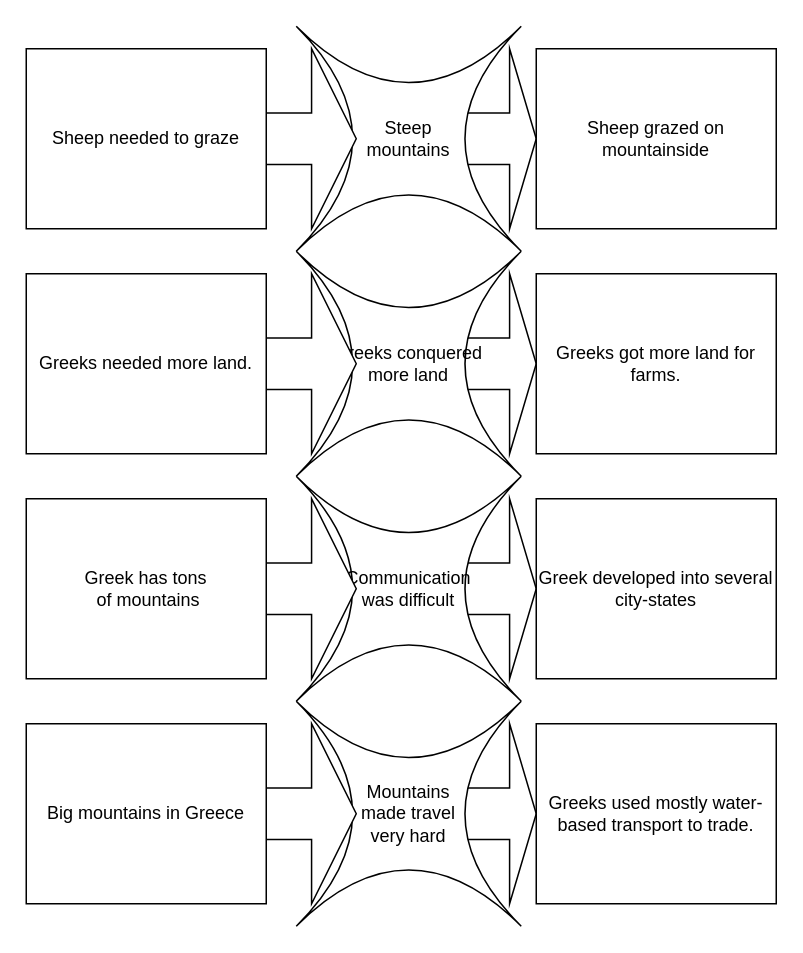
The draw.io diagram causeeffect.drawio in mechanikate/diagrams, before the edit. Source tidied: cells renumbered, new cells numbered last; positions are measured from the earlier drawing's top-left corner, leaving out a move shared by most shapes. Both pictures are drawn from the tidied source at 150%, with x=0, y=0 at pixel (26, 26).
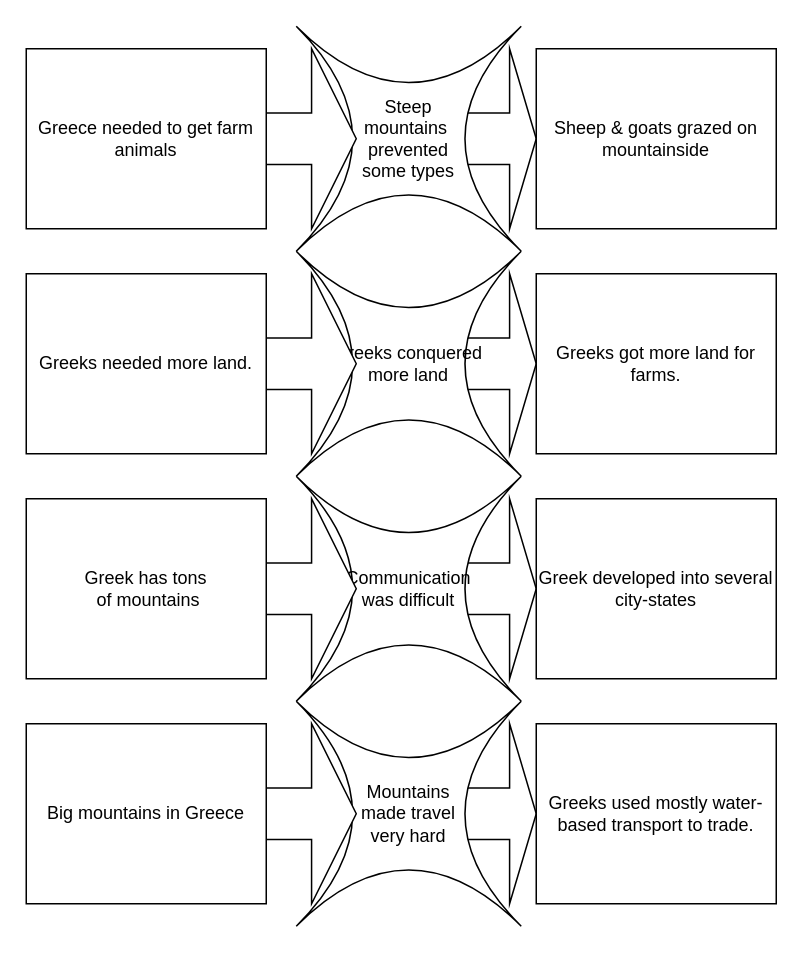
Above is the later version.

The edit, as a diff of the source:
```diff
@@
-    <mxCell id="3" value="Steep &lt;br&gt;mountains" style="shape=switch;whiteSpace=wrap;html=1;" parent="1" vertex="1">
+    <mxCell id="3" value="Steep &lt;br&gt;mountains&amp;nbsp;&lt;br&gt;prevented&lt;br&gt;some types" style="shape=switch;whiteSpace=wrap;html=1;" parent="1" vertex="1">
       <mxGeometry x="180" width="150" height="150" as="geometry" />
     </mxCell>
@@
-    <mxCell id="5" value="Sheep needed to graze" style="rounded=0;whiteSpace=wrap;html=1;" parent="1" vertex="1">
+    <mxCell id="5" value="Greece needed to get farm&lt;br&gt;animals" style="rounded=0;whiteSpace=wrap;html=1;" parent="1" vertex="1">
       <mxGeometry y="15" width="160" height="120" as="geometry" />
     </mxCell>
-    <mxCell id="6" value="Sheep grazed on mountainside" style="rounded=0;whiteSpace=wrap;html=1;" parent="1" vertex="1">
+    <mxCell id="6" value="Sheep &amp;amp; goats grazed on mountainside" style="rounded=0;whiteSpace=wrap;html=1;" parent="1" vertex="1">
       <mxGeometry x="340" y="15" width="160" height="120" as="geometry" />
     </mxCell>
```
